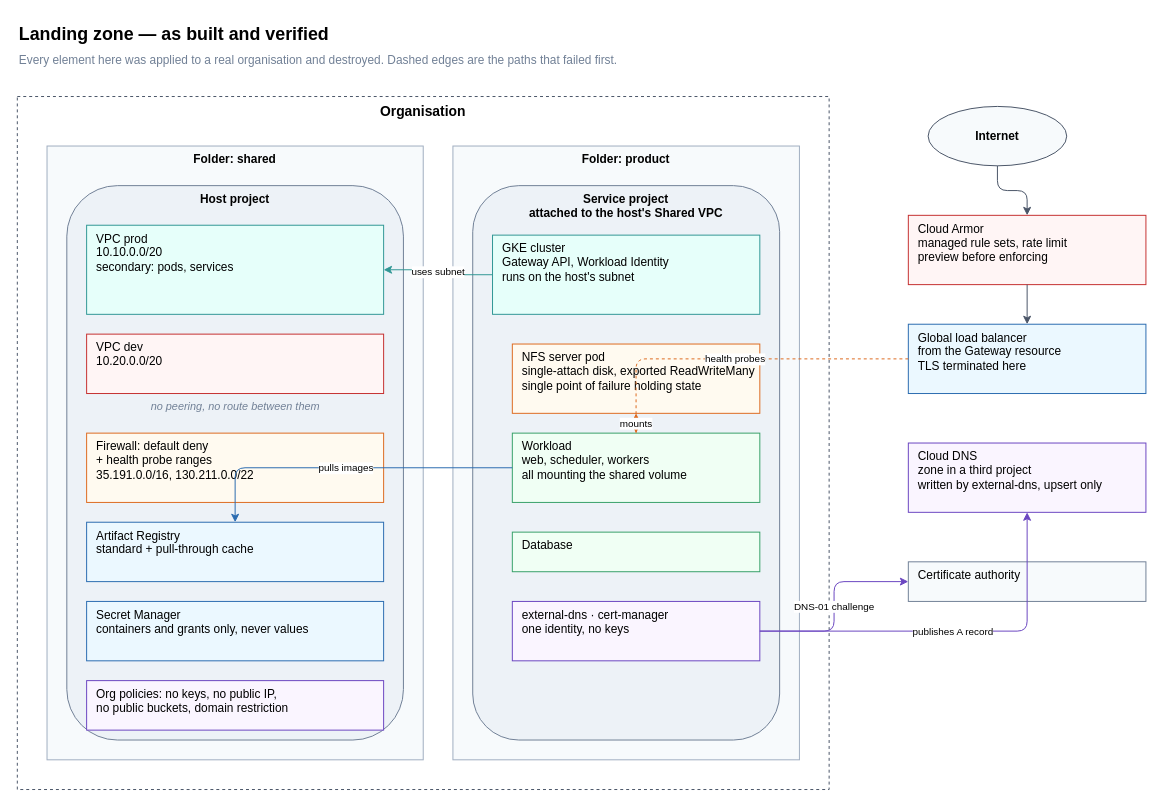
Before: docs/diagrams/landing-zone.drawio in dhatune/platform-blueprints, a draw.io diagram. Source tidied: cells renumbered, new cells numbered last; positions are measured from the earlier drawing's top-left corner, leaving out a move shared by most shapes. Both pictures are drawn from the tidied source at 99%, with x=0, y=0 at pixel (17, 17).
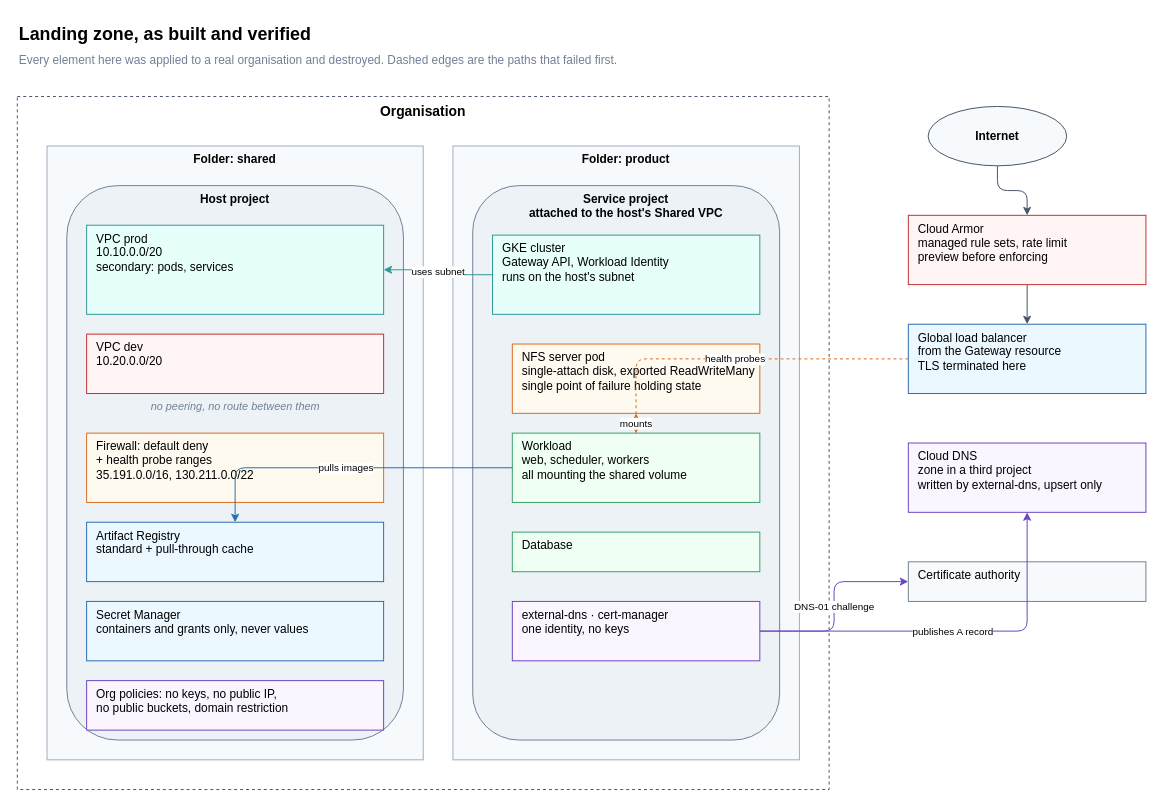
Above is the later version.

Change to the diagram source:
```diff
@@
-    <mxCell id="32" value="Landing zone — as built and verified" style="text;html=1;fontSize=18;fontStyle=1;" parent="1" vertex="1">
+    <mxCell id="32" value="Landing zone, as built and verified" style="text;html=1;fontSize=18;fontStyle=1;" parent="1" vertex="1">
       <mxGeometry width="600" height="30" as="geometry" />
     </mxCell>
```
